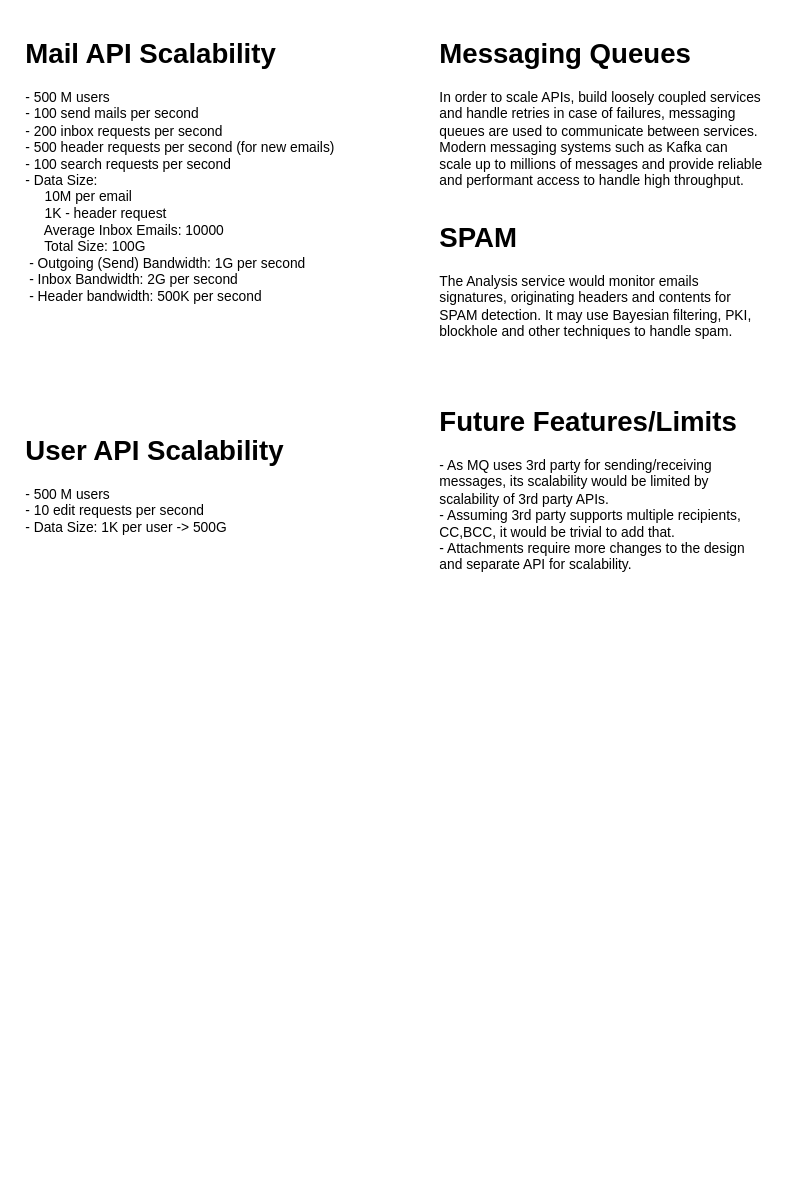
Before: page "Scalability" (4 of 4) of MQ Mail.drawio in bhatti/Aeron, a draw.io diagram. Source tidied: cells renumbered, new cells numbered last; positions are measured from the earlier drawing's top-left corner, leaving out a move shared by most shapes. Both pictures are drawn from the tidied source at 115%, with x=0, y=0 at pixel (20, 31).
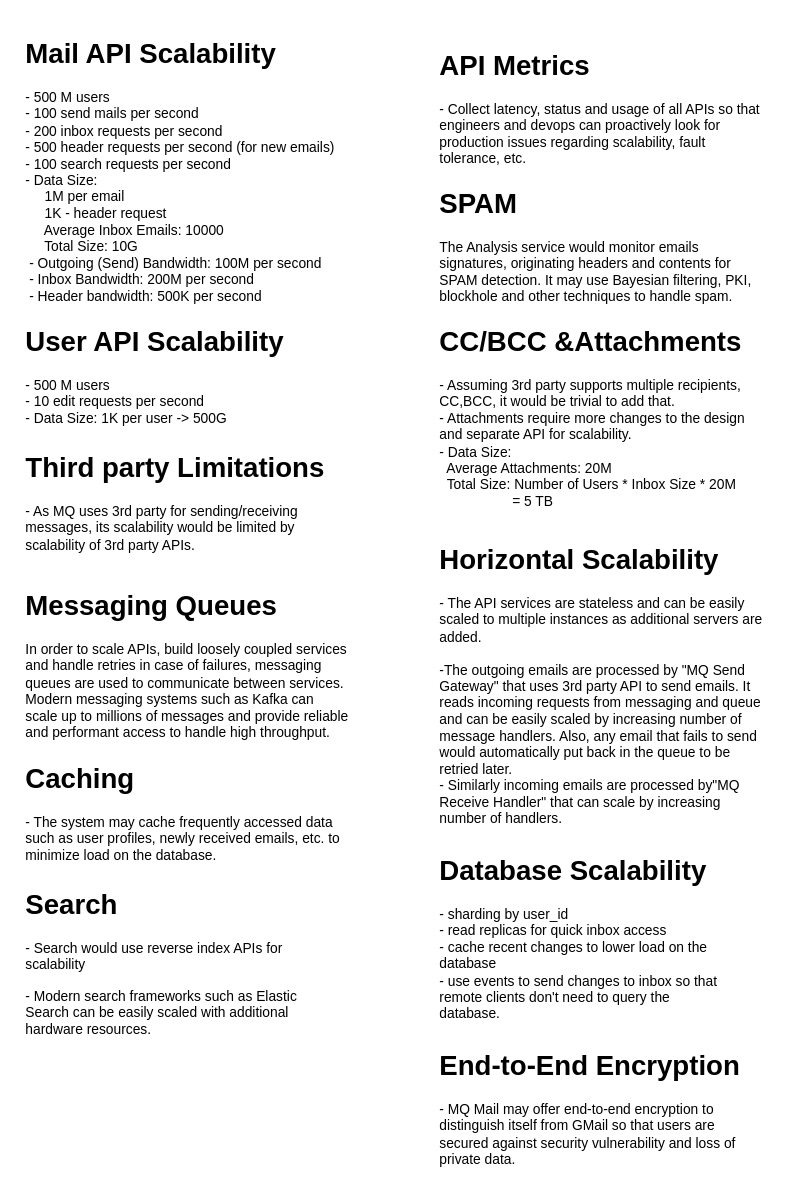
Above is the later version.

The edit, as a diff of the source:
```diff
@@
 <mxGraphModel>
   <root>
     <mxCell id="0" />
     <mxCell id="1" parent="0" />
-    <mxCell id="2" value="&lt;h1&gt;Future Features/Limits&lt;br&gt;&lt;/h1&gt;- As MQ uses 3rd party for sending/receiving messages, its scalability would be limited by scalability of 3rd party APIs.&lt;br&gt;- Assuming 3rd party supports multiple recipients, CC,BCC, it would be trivial to add that.&lt;br&gt;- Attachments require more changes to the design and separate API for scalability." style="text;html=1;strokeColor=none;fillColor=none;spacing=5;spacingTop=-20;whiteSpace=wrap;overflow=hidden;rounded=0;" parent="1" vertex="1">
-      <mxGeometry x="360" y="320" width="290" height="160" as="geometry" />
+    <mxCell id="2" value="&lt;h1&gt;Third party Limitations&lt;br&gt;&lt;/h1&gt;- As MQ uses 3rd party for sending/receiving messages, its scalability would be limited by scalability of 3rd party APIs." style="text;html=1;strokeColor=none;fillColor=none;spacing=5;spacingTop=-20;whiteSpace=wrap;overflow=hidden;rounded=0;" parent="1" vertex="1">
+      <mxGeometry y="360" width="290" height="110" as="geometry" />
     </mxCell>
     <mxCell id="3" value="&lt;h1&gt;Messaging Queues&lt;br&gt;&lt;/h1&gt;In order to scale APIs, build loosely coupled services and handle retries in case of failures, messaging queues are used to communicate between services. Modern messaging systems such as Kafka can scale up to millions of messages and provide reliable and performant access to handle high throughput." style="text;html=1;strokeColor=none;fillColor=none;spacing=5;spacingTop=-20;whiteSpace=wrap;overflow=hidden;rounded=0;" parent="1" vertex="1">
-      <mxGeometry x="360" width="290" height="140" as="geometry" />
+      <mxGeometry y="480" width="290" height="140" as="geometry" />
     </mxCell>
     <mxCell id="4" value="&lt;h1&gt;SPAM&lt;br&gt;&lt;/h1&gt;The Analysis service would monitor emails signatures, originating headers and contents for SPAM detection. It may use Bayesian filtering, PKI, blockhole and other techniques to handle spam." style="text;html=1;strokeColor=none;fillColor=none;spacing=5;spacingTop=-20;whiteSpace=wrap;overflow=hidden;rounded=0;" parent="1" vertex="1">
-      <mxGeometry x="360" y="160" width="290" height="120" as="geometry" />
+      <mxGeometry x="360" y="130" width="290" height="120" as="geometry" />
     </mxCell>
-    <mxCell id="5" value="&lt;h1&gt;Mail API Scalability&lt;br&gt;&lt;/h1&gt;&lt;div&gt;- 500 M users&lt;/div&gt;&lt;div&gt;- 100 send mails per second&lt;/div&gt;&lt;div&gt;- 200 inbox requests per second&lt;br&gt;&lt;/div&gt;&lt;div&gt;- 500 header requests per second (for new emails)&lt;/div&gt;&lt;div&gt;- 100 search requests per second&lt;/div&gt;&lt;div&gt;- Data Size: &lt;br&gt;&amp;nbsp;&amp;nbsp;&amp;nbsp;&amp;nbsp; 10M per email&lt;br&gt;&amp;nbsp;&amp;nbsp;&amp;nbsp;&amp;nbsp; 1K - header request&lt;br&gt;&amp;nbsp;&amp;nbsp;&amp;nbsp;&amp;nbsp; Average Inbox Emails: 10000&lt;br&gt;&amp;nbsp;&amp;nbsp;&amp;nbsp;&amp;nbsp; Total Size: 100G&lt;br&gt;&amp;nbsp;- Outgoing (Send) Bandwidth: 1G per second&lt;br&gt;&amp;nbsp;- Inbox Bandwidth: 2G per second&lt;br&gt;&amp;nbsp;- Header bandwidth: 500K per second&lt;br&gt;&lt;br&gt;&lt;/div&gt;" style="text;html=1;strokeColor=none;fillColor=none;spacing=5;spacingTop=-20;whiteSpace=wrap;overflow=hidden;rounded=0;" parent="1" vertex="1">
-      <mxGeometry width="290" height="280" as="geometry" />
+    <mxCell id="5" value="&lt;h1&gt;Mail API Scalability&lt;br&gt;&lt;/h1&gt;&lt;div&gt;- 500 M users&lt;/div&gt;&lt;div&gt;- 100 send mails per second&lt;/div&gt;&lt;div&gt;- 200 inbox requests per second&lt;br&gt;&lt;/div&gt;&lt;div&gt;- 500 header requests per second (for new emails)&lt;/div&gt;&lt;div&gt;- 100 search requests per second&lt;/div&gt;&lt;div&gt;- Data Size: &lt;br&gt;&amp;nbsp;&amp;nbsp;&amp;nbsp;&amp;nbsp; 1M per email&lt;br&gt;&amp;nbsp;&amp;nbsp;&amp;nbsp;&amp;nbsp; 1K - header request&lt;br&gt;&amp;nbsp;&amp;nbsp;&amp;nbsp;&amp;nbsp; Average Inbox Emails: 10000&lt;br&gt;&amp;nbsp;&amp;nbsp;&amp;nbsp;&amp;nbsp; Total Size: 10G&lt;br&gt;&amp;nbsp;- Outgoing (Send) Bandwidth: 100M per second&lt;br&gt;&amp;nbsp;- Inbox Bandwidth: 200M per second&lt;br&gt;&amp;nbsp;- Header bandwidth: 500K per second&lt;br&gt;&lt;br&gt;&lt;/div&gt;" style="text;html=1;strokeColor=none;fillColor=none;spacing=5;spacingTop=-20;whiteSpace=wrap;overflow=hidden;rounded=0;" parent="1" vertex="1">
+      <mxGeometry width="290" height="260" as="geometry" />
     </mxCell>
     <mxCell id="6" value="&lt;h1&gt;User API Scalability&lt;br&gt;&lt;/h1&gt;&lt;div&gt;- 500 M users&lt;/div&gt;&lt;div&gt;- 10 edit requests per second&lt;/div&gt;&lt;div&gt;- Data Size: 1K per user -&amp;gt; 500G&lt;br&gt;&lt;/div&gt;&amp;nbsp; " style="text;html=1;strokeColor=none;fillColor=none;spacing=5;spacingTop=-20;whiteSpace=wrap;overflow=hidden;rounded=0;" parent="1" vertex="1">
-      <mxGeometry y="345" width="290" height="110" as="geometry" />
+      <mxGeometry y="250" width="290" height="110" as="geometry" />
     </mxCell>
+    <mxCell id="7" value="&lt;h1&gt;CC/BCC &amp;amp;Attachments&lt;br&gt;&lt;/h1&gt;- Assuming 3rd party supports multiple recipients, CC,BCC, it would be trivial to add that.&lt;br&gt;- Attachments require more changes to the design and separate API for scalability.&lt;br&gt;- Data Size: &lt;br&gt;&amp;nbsp; Average Attachments: 20M&lt;br&gt;&amp;nbsp; Total Size: Number of Users * Inbox Size * 20M&lt;br&gt;&amp;nbsp;&amp;nbsp;&amp;nbsp;&amp;nbsp;&amp;nbsp;&amp;nbsp;&amp;nbsp;&amp;nbsp;&amp;nbsp;&amp;nbsp;&amp;nbsp;&amp;nbsp;&amp;nbsp;&amp;nbsp;&amp;nbsp;&amp;nbsp;&amp;nbsp;&amp;nbsp; = 5 TB" style="text;html=1;strokeColor=none;fillColor=none;spacing=5;spacingTop=-20;whiteSpace=wrap;overflow=hidden;rounded=0;" parent="1" vertex="1">
+      <mxGeometry x="360" y="250" width="290" height="180" as="geometry" />
+    </mxCell>
+    <mxCell id="8" value="&lt;h1&gt;API Metrics&lt;br&gt;&lt;/h1&gt;- Collect latency, status and usage of all APIs so that engineers and devops can proactively look for production issues regarding scalability, fault tolerance, etc." style="text;html=1;strokeColor=none;fillColor=none;spacing=5;spacingTop=-20;whiteSpace=wrap;overflow=hidden;rounded=0;" parent="1" vertex="1">
+      <mxGeometry x="360" y="10" width="290" height="110" as="geometry" />
+    </mxCell>
+    <mxCell id="9" value="&lt;h1&gt;Horizontal Scalability&lt;br&gt;&lt;/h1&gt;&lt;div&gt;- The API services are stateless and can be easily scaled to multiple instances as additional servers are added.&lt;/div&gt;&lt;div&gt;&lt;br&gt;&lt;/div&gt;-The outgoing emails are processed by &quot;MQ Send Gateway&quot; that uses 3rd party API to send emails. It reads incoming requests from messaging and queue and can be easily scaled by increasing number of message handlers. Also, any email that fails to send would automatically put back in the queue to be retried later.&lt;br&gt;- Similarly incoming emails are processed by&quot;MQ Receive Handler&quot; that can scale by increasing number of handlers." style="text;html=1;strokeColor=none;fillColor=none;spacing=5;spacingTop=-20;whiteSpace=wrap;overflow=hidden;rounded=0;" parent="1" vertex="1">
+      <mxGeometry x="360" y="440" width="290" height="260" as="geometry" />
+    </mxCell>
+    <mxCell id="10" value="&lt;h1&gt;Caching&lt;br&gt;&lt;/h1&gt;- The system may cache frequently accessed data such as user profiles, newly received emails, etc. to minimize load on the database." style="text;html=1;strokeColor=none;fillColor=none;spacing=5;spacingTop=-20;whiteSpace=wrap;overflow=hidden;rounded=0;" parent="1" vertex="1">
+      <mxGeometry y="630" width="290" height="110" as="geometry" />
+    </mxCell>
+    <mxCell id="11" value="&lt;h1&gt;End-to-End Encryption&lt;br&gt;&lt;/h1&gt;- MQ Mail may offer end-to-end encryption to distinguish itself from GMail so that users are secured against security vulnerability and loss of private data." style="text;html=1;strokeColor=none;fillColor=none;spacing=5;spacingTop=-20;whiteSpace=wrap;overflow=hidden;rounded=0;" parent="1" vertex="1">
+      <mxGeometry x="360" y="880" width="290" height="110" as="geometry" />
+    </mxCell>
+    <mxCell id="12" value="&lt;h1&gt;Database Scalability&lt;br&gt;&lt;/h1&gt;&lt;p&gt;- sharding by user_id&lt;br&gt;- read replicas for quick inbox access&lt;br&gt;- cache recent changes to lower load on the database&lt;br&gt;- use events to send changes to inbox so that remote clients don't need to query the database.&lt;br&gt;&lt;/p&gt;" style="text;html=1;strokeColor=none;fillColor=none;spacing=5;spacingTop=-20;whiteSpace=wrap;overflow=hidden;rounded=0;" parent="1" vertex="1">
+      <mxGeometry x="360" y="710" width="260" height="160" as="geometry" />
+    </mxCell>
+    <mxCell id="13" value="&lt;h1&gt;Search&lt;br&gt;&lt;/h1&gt;&lt;p&gt;- Search would use reverse index APIs for scalability&lt;/p&gt;&lt;p&gt;- Modern search frameworks such as Elastic Search can be easily scaled with additional hardware resources.&lt;br&gt;&lt;/p&gt;" style="text;html=1;strokeColor=none;fillColor=none;spacing=5;spacingTop=-20;whiteSpace=wrap;overflow=hidden;rounded=0;" parent="1" vertex="1">
+      <mxGeometry y="740" width="260" height="150" as="geometry" />
+    </mxCell>
   </root>
 </mxGraphModel>
```
